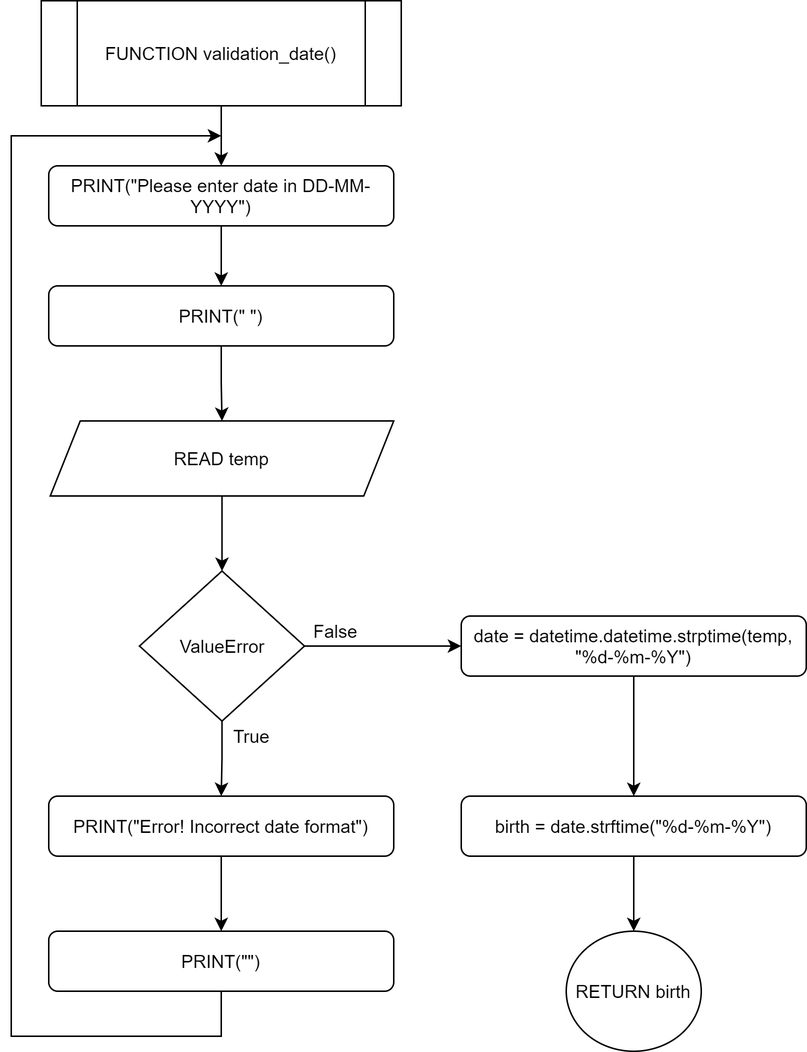
RabbitBear00/Car-Rental-System keeps this draw.io diagram as Flowchart/default/validation_date.png. Above is the earlier version. Source tidied: cells renumbered, new cells last; positions are measured from the earlier drawing's top-left corner, leaving out a move shared by most shapes.
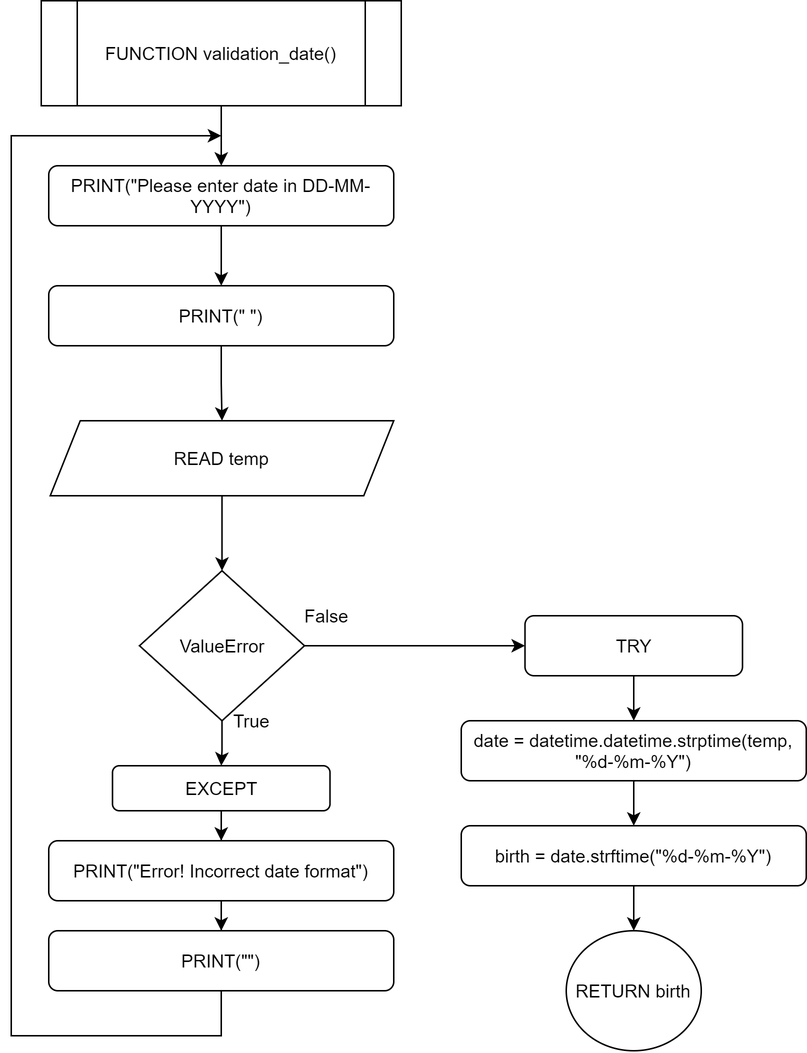
The same diagram one commit later.

The edit, as a diff of the source:
```diff
@@ -26,12 +26,12 @@
     <mxCell id="9" value="READ temp" style="shape=parallelogram;perimeter=parallelogramPerimeter;whiteSpace=wrap;html=1;fixedSize=1;" parent="1" vertex="1">
       <mxGeometry x="26" y="280" width="229" height="50" as="geometry" />
     </mxCell>
-    <mxCell id="10" style="edgeStyle=orthogonalEdgeStyle;rounded=0;jettySize=auto;html=1;" parent="1" edge="1" source="12" target="14">
-      <mxGeometry relative="1" as="geometry" />
-    </mxCell>
-    <mxCell id="11" style="edgeStyle=orthogonalEdgeStyle;rounded=0;jettySize=auto;html=1;entryX=0;entryY=0.5;entryDx=0;entryDy=0;" parent="1" edge="1" source="12" target="20">
-      <mxGeometry relative="1" as="geometry" />
-    </mxCell>
+    <mxCell id="24" style="edgeStyle=orthogonalEdgeStyle;rounded=0;jettySize=auto;html=1;entryX=0;entryY=0.5;entryDx=0;entryDy=0;" parent="1" edge="1" source="12" target="27">
+      <mxGeometry relative="1" as="geometry" />
+    </mxCell>
+    <mxCell id="25" style="edgeStyle=orthogonalEdgeStyle;rounded=0;jettySize=auto;html=1;" parent="1" edge="1" source="12" target="29">
+      <mxGeometry relative="1" as="geometry" />
+    </mxCell>
     <mxCell id="12" value="ValueError" style="rhombus;whiteSpace=wrap;html=1;" parent="1" vertex="1">
       <mxGeometry x="85.5" y="380" width="110" height="100" as="geometry" />
     </mxCell>
@@ -39,7 +39,7 @@
       <mxGeometry relative="1" as="geometry" />
     </mxCell>
     <mxCell id="14" value="PRINT(&quot;Error! Incorrect date format&quot;)" style="rounded=1;whiteSpace=wrap;html=1;" parent="1" vertex="1">
-      <mxGeometry x="25" y="530" width="230" height="40" as="geometry" />
+      <mxGeometry x="25" y="560" width="230" height="40" as="geometry" />
     </mxCell>
     <mxCell id="15" style="edgeStyle=orthogonalEdgeStyle;rounded=0;jettySize=auto;html=1;" parent="1" edge="1" source="16">
       <mxGeometry relative="1" as="geometry">
@@ -55,7 +55,7 @@
       <mxGeometry x="25" y="620" width="230" height="40" as="geometry" />
     </mxCell>
     <mxCell id="17" value="True" style="text;html=1;align=center;verticalAlign=middle;strokeColor=none;" parent="1" vertex="1">
-      <mxGeometry x="140" y="480" width="40" height="20" as="geometry" />
+      <mxGeometry x="140" y="470" width="40" height="20" as="geometry" />
     </mxCell>
     <mxCell id="18" value="RETURN birth" style="ellipse;whiteSpace=wrap;html=1;" parent="1" vertex="1">
       <mxGeometry x="370" y="620" width="90" height="80" as="geometry" />
@@ -64,16 +64,28 @@
       <mxGeometry relative="1" as="geometry" />
     </mxCell>
     <mxCell id="20" value="date = datetime.datetime.strptime(temp, &quot;%d-%m-%Y&quot;)" style="rounded=1;whiteSpace=wrap;html=1;" parent="1" vertex="1">
-      <mxGeometry x="300" y="410" width="230" height="40" as="geometry" />
+      <mxGeometry x="300" y="480" width="230" height="40" as="geometry" />
     </mxCell>
     <mxCell id="21" style="edgeStyle=orthogonalEdgeStyle;rounded=0;jettySize=auto;html=1;" parent="1" edge="1" source="22" target="18">
       <mxGeometry relative="1" as="geometry" />
     </mxCell>
     <mxCell id="22" value="birth = date.strftime(&quot;%d-%m-%Y&quot;)" style="rounded=1;whiteSpace=wrap;html=1;" parent="1" vertex="1">
-      <mxGeometry x="300" y="530" width="230" height="40" as="geometry" />
+      <mxGeometry x="300" y="550" width="230" height="40" as="geometry" />
     </mxCell>
     <mxCell id="23" value="False" style="text;html=1;align=center;verticalAlign=middle;strokeColor=none;" parent="1" vertex="1">
-      <mxGeometry x="196" y="410" width="40" height="20" as="geometry" />
+      <mxGeometry x="190" y="400" width="40" height="20" as="geometry" />
     </mxCell>
+    <mxCell id="26" style="edgeStyle=orthogonalEdgeStyle;rounded=0;jettySize=auto;html=1;" parent="1" edge="1" source="27" target="20">
+      <mxGeometry relative="1" as="geometry" />
+    </mxCell>
+    <mxCell id="27" value="TRY" style="rounded=1;whiteSpace=wrap;html=1;" parent="1" vertex="1">
+      <mxGeometry x="342.5" y="410" width="145" height="40" as="geometry" />
+    </mxCell>
+    <mxCell id="28" style="edgeStyle=orthogonalEdgeStyle;rounded=0;jettySize=auto;html=1;entryX=0.5;entryY=0;entryDx=0;entryDy=0;" parent="1" edge="1" source="29" target="14">
+      <mxGeometry relative="1" as="geometry" />
+    </mxCell>
+    <mxCell id="29" value="EXCEPT" style="rounded=1;whiteSpace=wrap;html=1;" parent="1" vertex="1">
+      <mxGeometry x="67.5" y="510" width="145" height="30" as="geometry" />
+    </mxCell>
   </root>
 </mxGraphModel>
```
